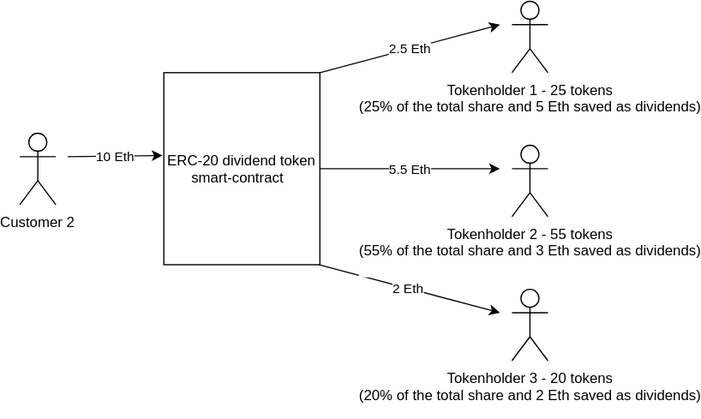
The draw.io diagram docs/images/dividends/image2.svg in BANKEX/asset-toolkit, before a commit. Source tidied: cells renumbered, new cells last; positions are measured from the earlier drawing's top-left corner, leaving out a move shared by most shapes.
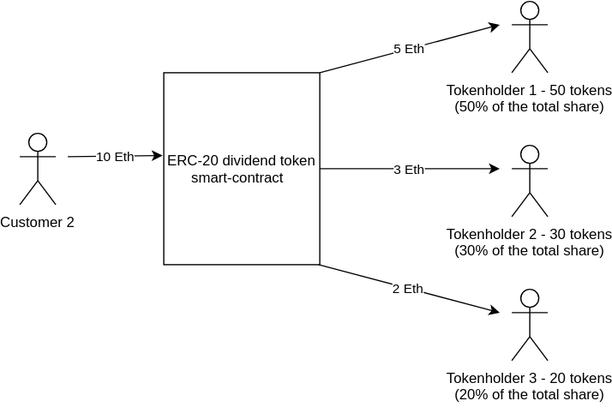
The same diagram one commit later.

The edit, as a diff of the source:
```diff
@@ -5,7 +5,7 @@
     <mxCell id="2" value="ERC-20 dividend token smart-contract&amp;nbsp;&amp;nbsp;" style="rounded=0;whiteSpace=wrap;html=1;" parent="1" vertex="1">
       <mxGeometry x="120" y="60" width="130" height="160" as="geometry" />
     </mxCell>
-    <mxCell id="3" value="Tokenholder 1 - 25 tokens&lt;br&gt;(25% of the total share and 5 Eth saved as dividends)&lt;br&gt;&lt;br&gt;" style="shape=umlActor;verticalLabelPosition=bottom;labelBackgroundColor=#ffffff;verticalAlign=top;html=1;" parent="1" vertex="1">
+    <mxCell id="3" value="Tokenholder 1 - 50 tokens&lt;br&gt;(50% of the total share)&lt;br&gt;&lt;br&gt;" style="shape=umlActor;verticalLabelPosition=bottom;labelBackgroundColor=#ffffff;verticalAlign=top;html=1;" parent="1" vertex="1">
       <mxGeometry x="410" width="30" height="60" as="geometry" />
     </mxCell>
     <mxCell id="4" value="Customer 2" style="shape=umlActor;verticalLabelPosition=bottom;labelBackgroundColor=#ffffff;verticalAlign=top;html=1;" parent="1" vertex="1">
@@ -17,13 +17,13 @@
         <mxPoint x="119" y="129" as="targetPoint" />
       </mxGeometry>
     </mxCell>
-    <mxCell id="6" value="2.5 Eth" style="endArrow=classic;html=1;" parent="1" edge="1">
+    <mxCell id="6" value="5 Eth" style="endArrow=classic;html=1;" parent="1" edge="1">
       <mxGeometry relative="1" as="geometry">
         <mxPoint x="250" y="60" as="sourcePoint" />
         <mxPoint x="400" y="20" as="targetPoint" />
       </mxGeometry>
     </mxCell>
-    <mxCell id="7" value="5.5 Eth" style="endArrow=classic;html=1;" parent="1" edge="1" source="2">
+    <mxCell id="7" value="3 Eth" style="endArrow=classic;html=1;" parent="1" edge="1" source="2">
       <mxGeometry relative="1" as="geometry">
         <mxPoint x="400" y="140" as="targetPoint" />
       </mxGeometry>
@@ -33,10 +33,10 @@
         <mxPoint x="400" y="260" as="targetPoint" />
       </mxGeometry>
     </mxCell>
-    <mxCell id="9" value="Tokenholder 2 - 55 tokens&lt;br&gt;(55% of the total share and 3 Eth saved as dividends)&lt;br&gt;&lt;br&gt;" style="shape=umlActor;verticalLabelPosition=bottom;labelBackgroundColor=#ffffff;verticalAlign=top;html=1;" parent="1" vertex="1">
+    <mxCell id="9" value="Tokenholder 2 - 30 tokens&lt;br&gt;(30% of the total share)&lt;br&gt;&lt;br&gt;" style="shape=umlActor;verticalLabelPosition=bottom;labelBackgroundColor=#ffffff;verticalAlign=top;html=1;" parent="1" vertex="1">
       <mxGeometry x="410" y="120" width="30" height="60" as="geometry" />
     </mxCell>
-    <mxCell id="10" value="Tokenholder 3 - 20 tokens&lt;br&gt;(20% of the total share and 2 Eth saved as dividends)&lt;br&gt;&lt;br&gt;" style="shape=umlActor;verticalLabelPosition=bottom;labelBackgroundColor=#ffffff;verticalAlign=top;html=1;" parent="1" vertex="1">
+    <mxCell id="10" value="Tokenholder 3 - 20 tokens&lt;br&gt;(20% of the total share)&lt;br&gt;&lt;br&gt;" style="shape=umlActor;verticalLabelPosition=bottom;labelBackgroundColor=#ffffff;verticalAlign=top;html=1;" parent="1" vertex="1">
       <mxGeometry x="410" y="240" width="30" height="60" as="geometry" />
     </mxCell>
   </root>
```
